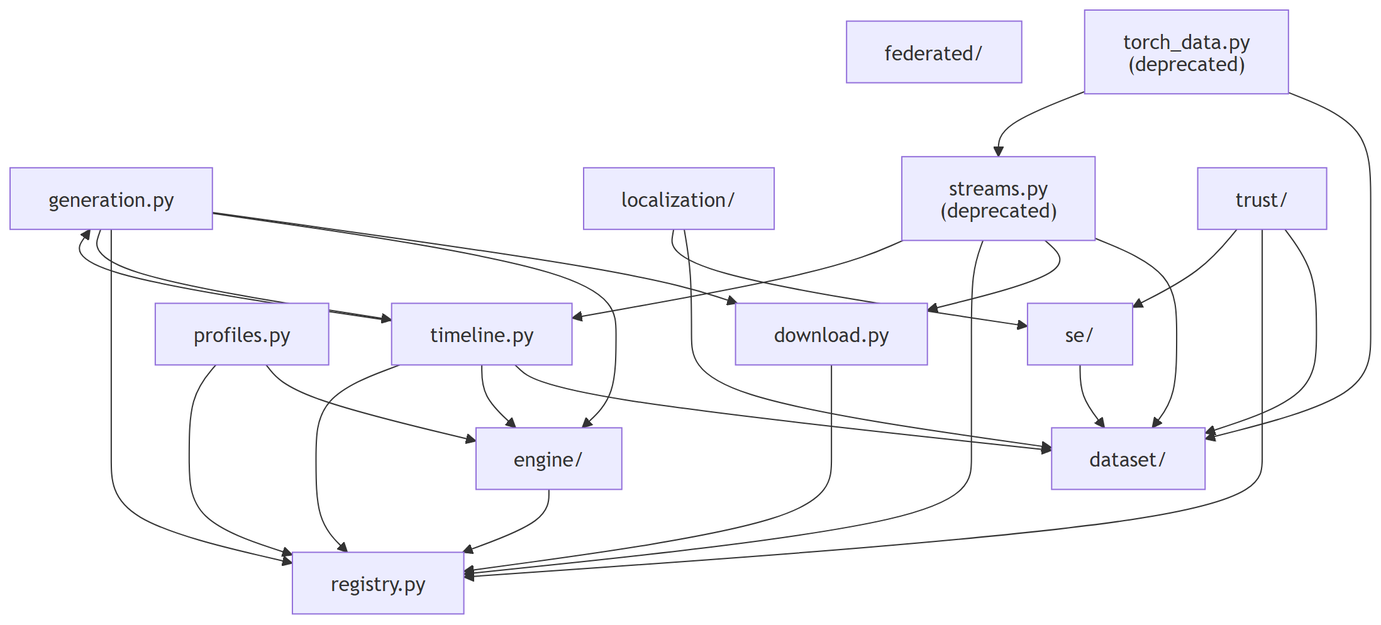
The Mermaid diagram docs/figures/diagrams/modules.png in myersben9/fdia-graph, before a commit. Its source is kept beside it as docs/figures/diagrams/modules.mmd.
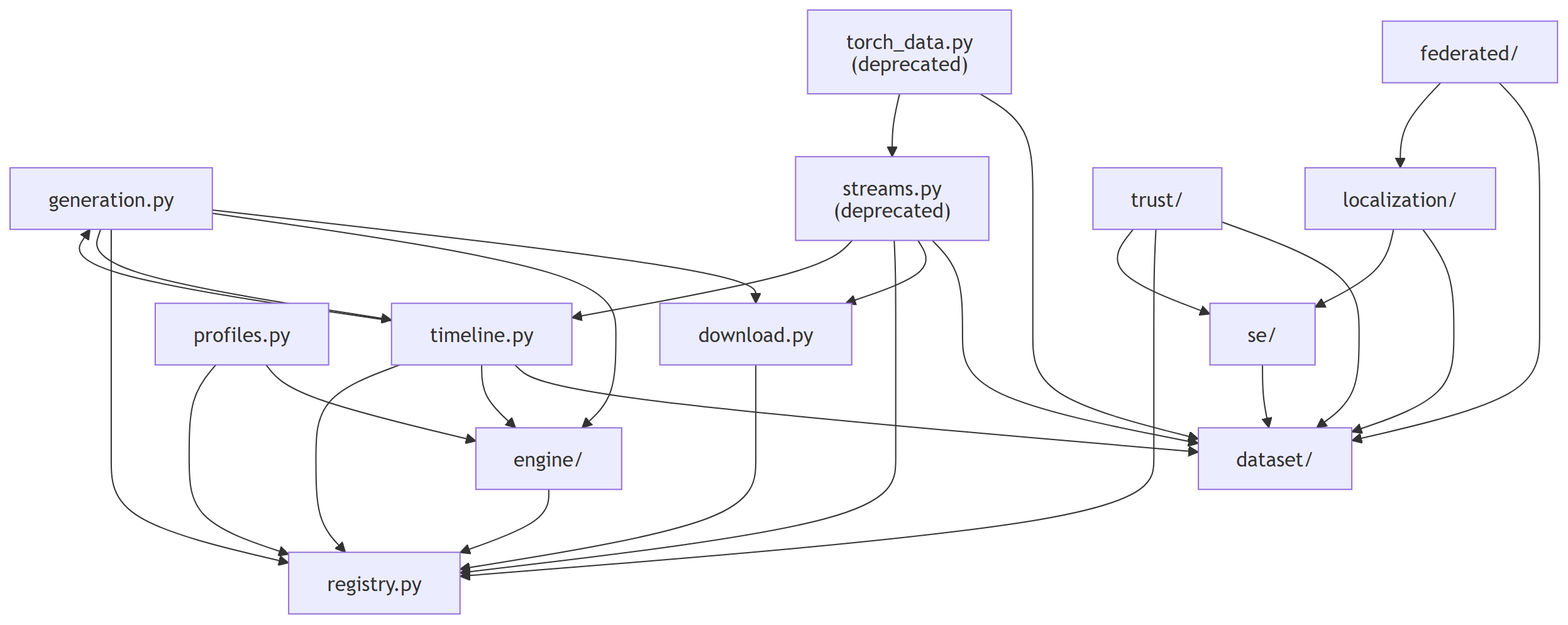
The same diagram one commit later.

Diff of the diagram source:
```diff
@@ -14,6 +14,8 @@
     trust["trust/"]
     download --> registry
     engine --> registry
+    federated --> dataset
+    federated --> localization
     generation --> download
     generation --> engine
     generation --> registry
```
